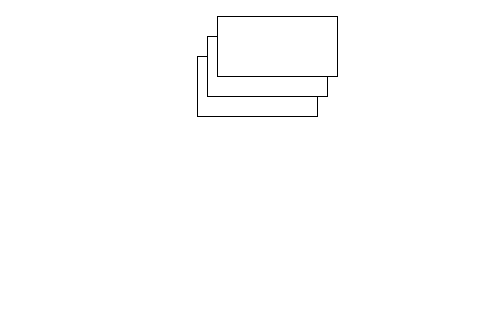
huangliwood/Bingo keeps this draw.io diagram as dt005.drawio. Above is the earlier version. Source tidied: cells renumbered, new cells numbered last; positions are measured from the earlier drawing's top-left corner, leaving out a move shared by most shapes. Both pictures are drawn from the tidied source at 100%, with x=0, y=0 at pixel (197, 16).
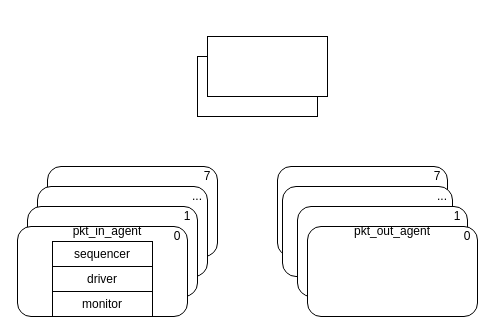
The same page after the edit.

Change to the diagram source:
```diff
@@
+    <mxCell id="5" style="rounded=0;whiteSpace=wrap;html=1;" parent="1" vertex="1">
+      <mxGeometry x="-150" y="225" width="120" height="60" as="geometry" />
+    </mxCell>
+    <mxCell id="6" style="rounded=1;whiteSpace=wrap;html=1;" parent="1" vertex="1">
+      <mxGeometry x="-150" y="150" width="170" height="90" as="geometry" />
+    </mxCell>
+    <mxCell id="7" style="rounded=1;whiteSpace=wrap;html=1;" parent="1" vertex="1">
+      <mxGeometry x="-160" y="170" width="170" height="90" as="geometry" />
+    </mxCell>
+    <mxCell id="8" style="rounded=1;whiteSpace=wrap;html=1;" parent="1" vertex="1">
+      <mxGeometry x="-170" y="190" width="170" height="90" as="geometry" />
+    </mxCell>
+    <mxCell id="9" style="rounded=1;whiteSpace=wrap;html=1;" parent="1" vertex="1">
+      <mxGeometry x="80" y="150" width="170" height="90" as="geometry" />
+    </mxCell>
+    <mxCell id="10" style="rounded=1;whiteSpace=wrap;html=1;" parent="1" vertex="1">
+      <mxGeometry x="-180" y="210" width="170" height="90" as="geometry" />
+    </mxCell>
+    <mxCell id="11" style="rounded=1;whiteSpace=wrap;html=1;" parent="1" vertex="1">
+      <mxGeometry x="85" y="170" width="170" height="90" as="geometry" />
+    </mxCell>
+    <mxCell id="12" style="rounded=1;whiteSpace=wrap;html=1;" parent="1" vertex="1">
+      <mxGeometry x="100" y="190" width="170" height="90" as="geometry" />
+    </mxCell>
+    <mxCell id="13" style="rounded=1;whiteSpace=wrap;html=1;" parent="1" vertex="1">
+      <mxGeometry x="110" y="210" width="170" height="90" as="geometry" />
+    </mxCell>
-    <mxCell id="4" style="rounded=0;whiteSpace=wrap;html=1;" parent="1" vertex="1">
-      <mxGeometry x="20" width="120" height="60" as="geometry" />
+    <mxCell id="4" value="driver" style="rounded=0;whiteSpace=wrap;html=1;" parent="1" vertex="1">
+      <mxGeometry x="-145" y="250" width="100" height="25" as="geometry" />
     </mxCell>
+    <mxCell id="14" value="monitor" style="rounded=0;whiteSpace=wrap;html=1;" parent="1" vertex="1">
+      <mxGeometry x="-145" y="275" width="100" height="25" as="geometry" />
+    </mxCell>
+    <mxCell id="15" value="sequencer" style="rounded=0;whiteSpace=wrap;html=1;" parent="1" vertex="1">
+      <mxGeometry x="-145" y="225" width="100" height="25" as="geometry" />
+    </mxCell>
+    <mxCell id="16" value="pkt_in_agent" style="text;html=1;align=center;verticalAlign=middle;whiteSpace=wrap;rounded=0;" parent="1" vertex="1">
+      <mxGeometry x="-120" y="200" width="60" height="30" as="geometry" />
+    </mxCell>
+    <mxCell id="17" value="0" style="text;html=1;align=center;verticalAlign=middle;whiteSpace=wrap;rounded=0;" parent="1" vertex="1">
+      <mxGeometry x="-30" y="210" width="20" height="20" as="geometry" />
+    </mxCell>
+    <mxCell id="18" value="1" style="text;html=1;align=center;verticalAlign=middle;whiteSpace=wrap;rounded=0;" parent="1" vertex="1">
+      <mxGeometry x="-20" y="190" width="20" height="20" as="geometry" />
+    </mxCell>
+    <mxCell id="19" value="..." style="text;html=1;align=center;verticalAlign=middle;whiteSpace=wrap;rounded=0;" parent="1" vertex="1">
+      <mxGeometry x="-10" y="170" width="20" height="20" as="geometry" />
+    </mxCell>
+    <mxCell id="20" value="7" style="text;html=1;align=center;verticalAlign=middle;whiteSpace=wrap;rounded=0;" parent="1" vertex="1">
+      <mxGeometry y="150" width="20" height="20" as="geometry" />
+    </mxCell>
+    <mxCell id="21" value="0" style="text;html=1;align=center;verticalAlign=middle;whiteSpace=wrap;rounded=0;" parent="1" vertex="1">
+      <mxGeometry x="260" y="210" width="20" height="20" as="geometry" />
+    </mxCell>
+    <mxCell id="22" value="1" style="text;html=1;align=center;verticalAlign=middle;whiteSpace=wrap;rounded=0;" parent="1" vertex="1">
+      <mxGeometry x="250" y="190" width="20" height="20" as="geometry" />
+    </mxCell>
+    <mxCell id="23" value="..." style="text;html=1;align=center;verticalAlign=middle;whiteSpace=wrap;rounded=0;" parent="1" vertex="1">
+      <mxGeometry x="235" y="170" width="20" height="20" as="geometry" />
+    </mxCell>
+    <mxCell id="24" value="7" style="text;html=1;align=center;verticalAlign=middle;whiteSpace=wrap;rounded=0;" parent="1" vertex="1">
+      <mxGeometry x="230" y="150" width="20" height="20" as="geometry" />
+    </mxCell>
+    <mxCell id="25" value="pkt_out_agent" style="text;html=1;align=center;verticalAlign=middle;whiteSpace=wrap;rounded=0;" parent="1" vertex="1">
+      <mxGeometry x="165" y="200" width="60" height="30" as="geometry" />
+    </mxCell>
```
